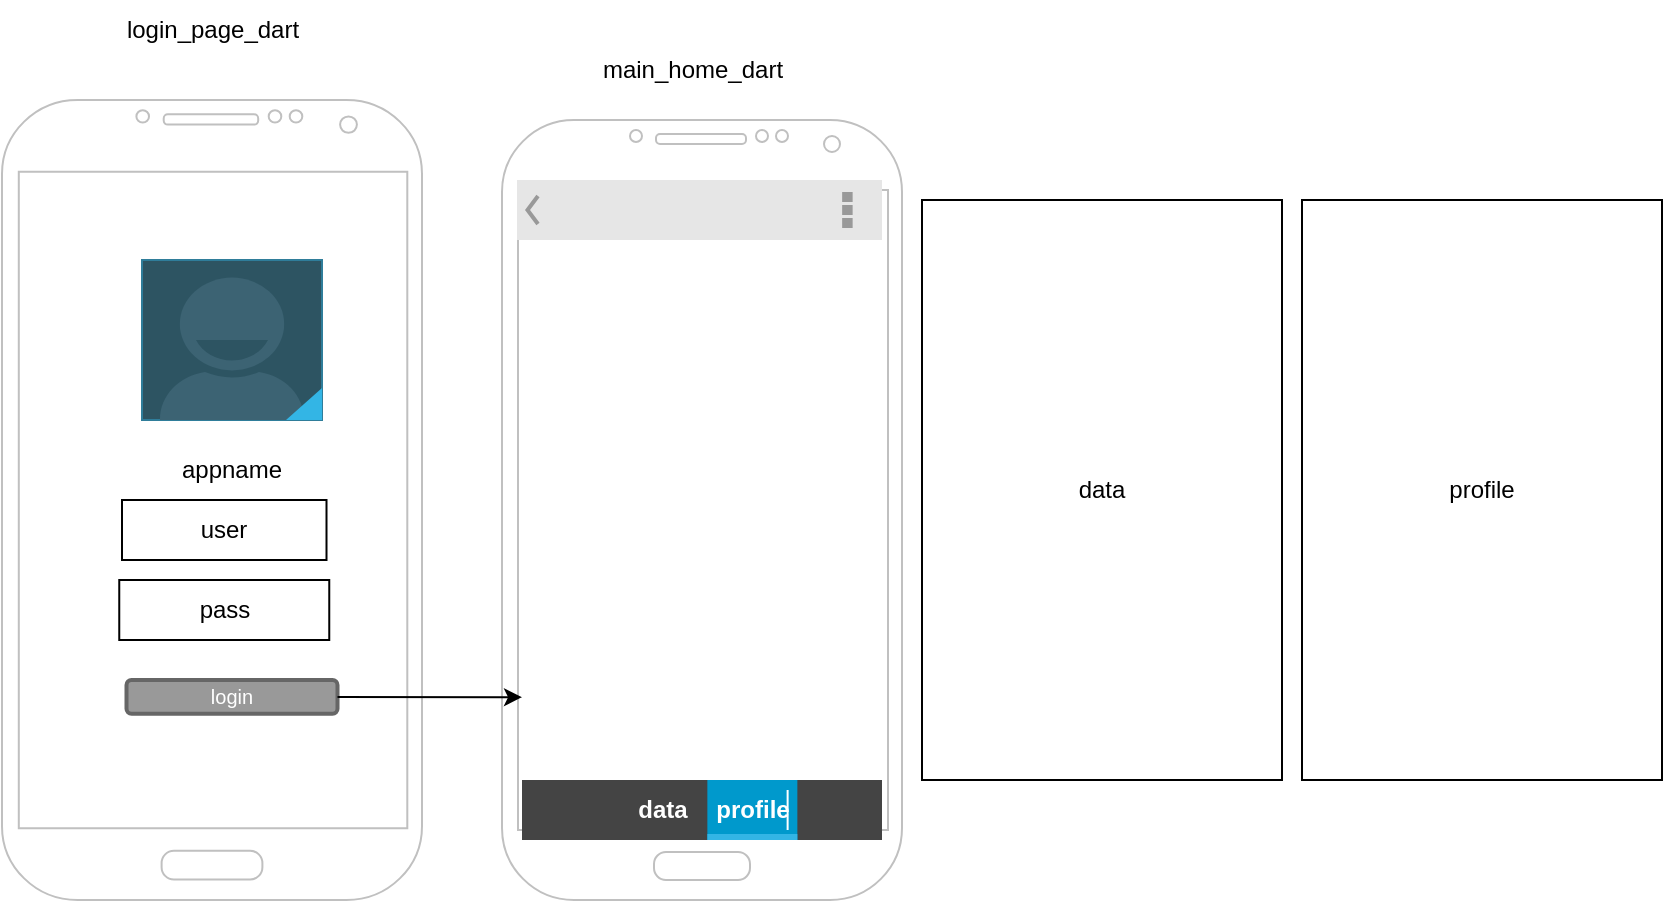
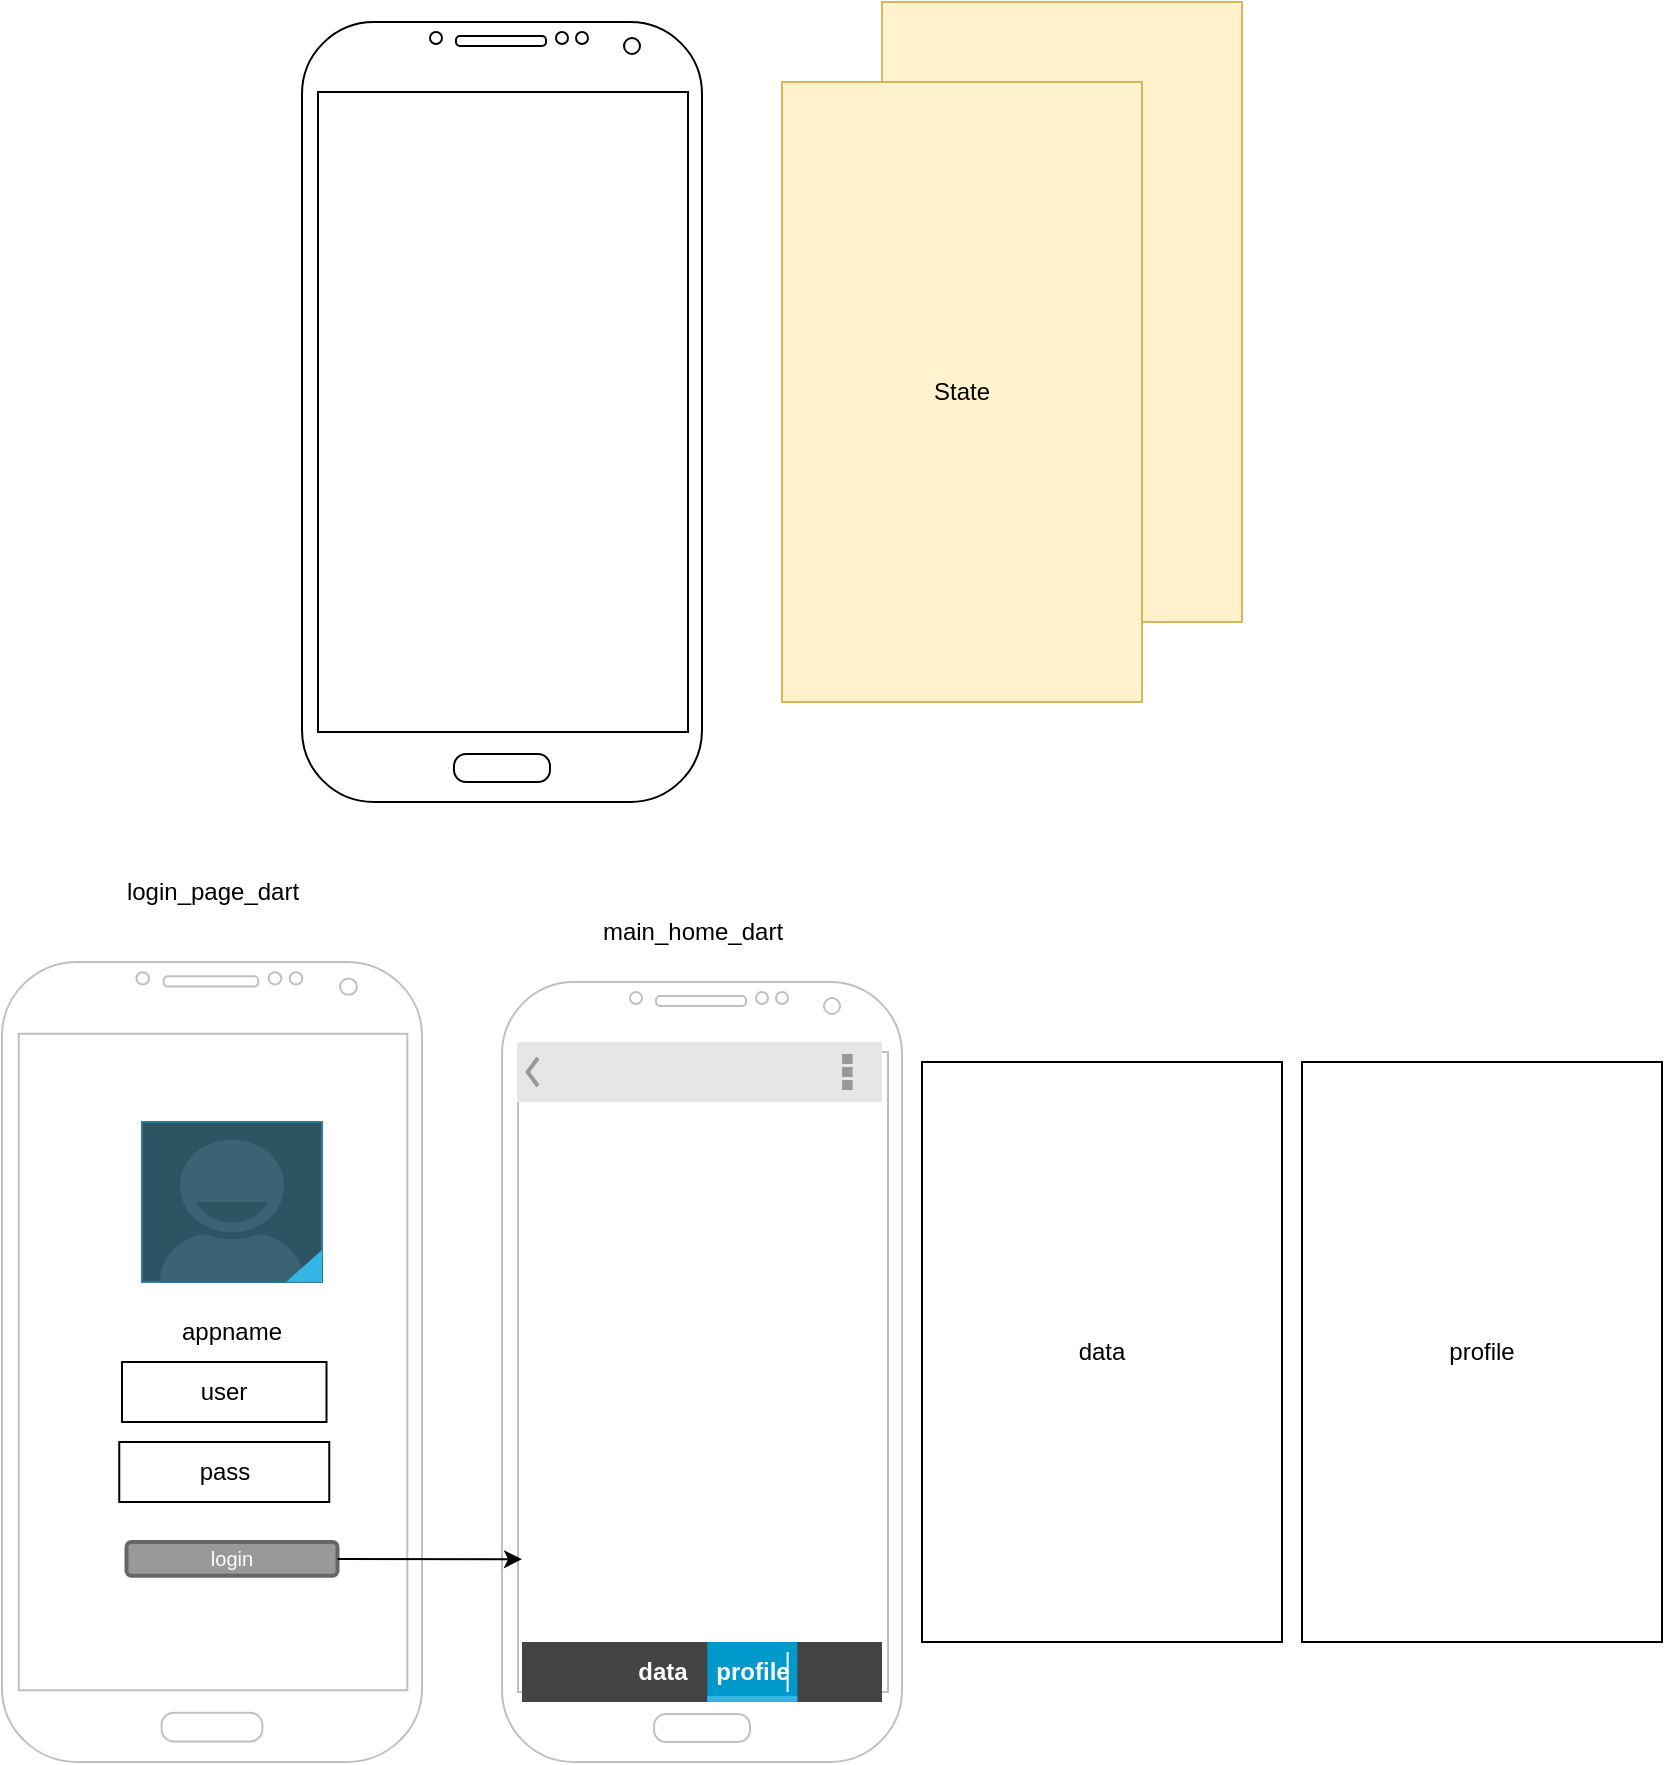
<mxfile host="65bd71144e">
    <diagram id="vydDsM6t9r-OuVbA1YG2" name="Page-1">
-         <mxGraphModel dx="832" dy="1587" grid="1" gridSize="10" guides="1" tooltips="1" connect="1" arrows="1" fold="1" page="1" pageScale="1" pageWidth="850" pageHeight="1100" math="0" shadow="0">
+         <mxGraphModel dx="438" dy="1543" grid="1" gridSize="10" guides="1" tooltips="1" connect="1" arrows="1" fold="1" page="1" pageScale="1" pageWidth="850" pageHeight="1100" math="0" shadow="0">
            <root>
                <mxCell id="0"/>
                <mxCell id="1" parent="0"/>
                <mxCell id="2" value="" style="verticalLabelPosition=bottom;verticalAlign=top;html=1;shadow=0;dashed=0;strokeWidth=1;shape=mxgraph.android.phone2;strokeColor=#c0c0c0;" vertex="1" parent="1">
                    <mxGeometry x="190" y="20" width="210" height="400" as="geometry"/>
                </mxCell>
                <mxCell id="3" value="" style="verticalLabelPosition=bottom;verticalAlign=top;html=1;shadow=0;dashed=0;strokeWidth=1;shape=mxgraph.android.contact_badge_focused;sketch=0;" vertex="1" parent="1">
                    <mxGeometry x="260" y="100" width="90" height="80" as="geometry"/>
                </mxCell>
                <mxCell id="4" value="appname" style="text;html=1;align=center;verticalAlign=middle;whiteSpace=wrap;rounded=0;" vertex="1" parent="1">
                    <mxGeometry x="275" y="190" width="60" height="30" as="geometry"/>
                </mxCell>
                <mxCell id="5" value="user" style="rounded=0;whiteSpace=wrap;html=1;" vertex="1" parent="1">
                    <mxGeometry x="250" y="220" width="102.25" height="30" as="geometry"/>
                </mxCell>
                <mxCell id="6" value="pass" style="rounded=0;whiteSpace=wrap;html=1;" vertex="1" parent="1">
                    <mxGeometry x="248.63" y="260" width="105" height="30" as="geometry"/>
                </mxCell>
                <mxCell id="7" value="" style="verticalLabelPosition=bottom;verticalAlign=top;html=1;shadow=0;dashed=0;strokeWidth=1;shape=mxgraph.android.phone2;strokeColor=#c0c0c0;" vertex="1" parent="1">
                    <mxGeometry x="440" y="30" width="200" height="390" as="geometry"/>
                </mxCell>
                <mxCell id="8" value="login" style="rounded=1;html=1;shadow=0;dashed=0;whiteSpace=wrap;fontSize=10;fillColor=#999999;align=center;strokeColor=#666666;fontColor=#ffffff;strokeWidth=2;" vertex="1" parent="1">
                    <mxGeometry x="252.25" y="310" width="105.5" height="16.88" as="geometry"/>
                </mxCell>
                <mxCell id="9" style="edgeStyle=none;html=1;entryX=0.05;entryY=0.74;entryDx=0;entryDy=0;entryPerimeter=0;" edge="1" parent="1" source="8" target="7">
                    <mxGeometry relative="1" as="geometry"/>
                </mxCell>
                <mxCell id="10" value="" style="strokeWidth=1;html=1;shadow=0;dashed=0;shape=mxgraph.android.rrect;rSize=0;fillColor=#444444;strokeColor=none;" vertex="1" parent="1">
                    <mxGeometry x="450" y="360" width="180" height="30" as="geometry"/>
                </mxCell>
                <mxCell id="11" value="data" style="strokeWidth=1;html=1;shadow=0;dashed=0;shape=mxgraph.android.anchor;fontStyle=1;fontColor=#ffffff;" vertex="1" parent="10">
                    <mxGeometry x="47.68" width="45" height="30" as="geometry"/>
                </mxCell>
                <mxCell id="12" value="profile" style="strokeWidth=1;html=1;shadow=0;dashed=0;shape=mxgraph.android.rrect;rSize=0;fontStyle=1;fillColor=#0099cc;strokeColor=none;fontColor=#ffffff;" vertex="1" parent="10">
                    <mxGeometry x="92.68" width="45" height="30" as="geometry"/>
                </mxCell>
                <mxCell id="13" value="" style="strokeWidth=1;html=1;shadow=0;dashed=0;shape=mxgraph.android.rrect;rSize=0;fillColor=#33b5e5;strokeColor=none;" vertex="1" parent="12">
                    <mxGeometry y="27" width="45" height="3" as="geometry"/>
                </mxCell>
                <mxCell id="16" value="" style="shape=line;strokeColor=#ffffff;direction=south;" vertex="1" parent="10">
                    <mxGeometry x="127.94594594594595" y="5" width="9.72972972972973" height="20" as="geometry"/>
                </mxCell>
                <mxCell id="18" value="data" style="rounded=0;whiteSpace=wrap;html=1;" vertex="1" parent="1">
                    <mxGeometry x="650" y="70" width="180" height="290" as="geometry"/>
                </mxCell>
                <mxCell id="20" value="profile" style="rounded=0;whiteSpace=wrap;html=1;" vertex="1" parent="1">
                    <mxGeometry x="840" y="70" width="180" height="290" as="geometry"/>
                </mxCell>
                <mxCell id="25" value="&lt;span style=&quot;color: rgb(0, 0, 0); white-space: normal;&quot;&gt;login_page_dart&lt;/span&gt;" style="text;html=1;align=center;verticalAlign=middle;resizable=0;points=[];autosize=1;strokeColor=none;fillColor=none;" vertex="1" parent="1">
                    <mxGeometry x="240" y="-30" width="110" height="30" as="geometry"/>
                </mxCell>
                <mxCell id="26" value="&lt;span style=&quot;color: rgb(0, 0, 0); white-space: normal;&quot;&gt;main_home_dart&lt;/span&gt;" style="text;html=1;align=center;verticalAlign=middle;resizable=0;points=[];autosize=1;strokeColor=none;fillColor=none;" vertex="1" parent="1">
                    <mxGeometry x="480" y="-10" width="110" height="30" as="geometry"/>
                </mxCell>
                <mxCell id="30" value="" style="strokeWidth=1;html=1;shadow=0;dashed=0;shape=mxgraph.android.action_bar;fillColor=#E6E6E6;strokeColor=#c0c0c0;strokeWidth=2;whiteSpace=wrap;" vertex="1" parent="1">
                    <mxGeometry x="447.5" y="60" width="182.5" height="30" as="geometry"/>
                </mxCell>
+                 <mxCell id="31" value="" style="verticalLabelPosition=bottom;verticalAlign=top;html=1;shadow=0;dashed=0;strokeWidth=1;shape=mxgraph.android.phone2;" vertex="1" parent="1">
+                     <mxGeometry x="340" y="-450" width="200" height="390" as="geometry"/>
+                 </mxCell>
+                 <mxCell id="32" value="MatertailApp" style="rounded=0;whiteSpace=wrap;html=1;fillColor=#fff2cc;strokeColor=#d6b656;" vertex="1" parent="1">
+                     <mxGeometry x="630" y="-460" width="180" height="310" as="geometry"/>
+                 </mxCell>
+                 <mxCell id="33" value="State" style="rounded=0;whiteSpace=wrap;html=1;fillColor=#fff2cc;strokeColor=#d6b656;" vertex="1" parent="1">
+                     <mxGeometry x="580" y="-420" width="180" height="310" as="geometry"/>
+                 </mxCell>
            </root>
        </mxGraphModel>
    </diagram>
</mxfile>